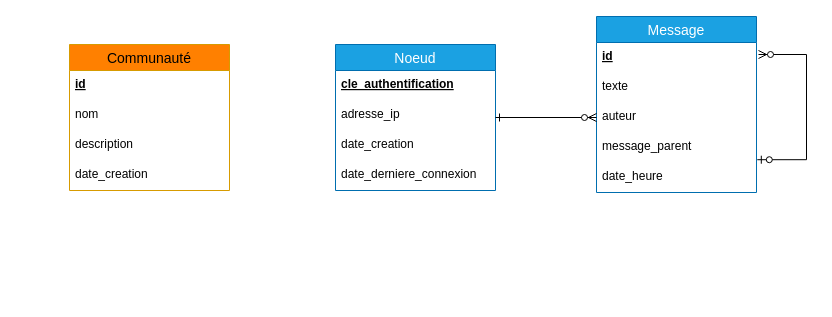
Before: docs/data_management/data_schema.drawio in HunteRoi/node, a draw.io diagram. Source tidied: cells renumbered, new cells numbered last; positions are measured from the earlier drawing's top-left corner, leaving out a move shared by most shapes. Both pictures are drawn from the tidied source at 100%, with x=0, y=0 at pixel (69, 16).
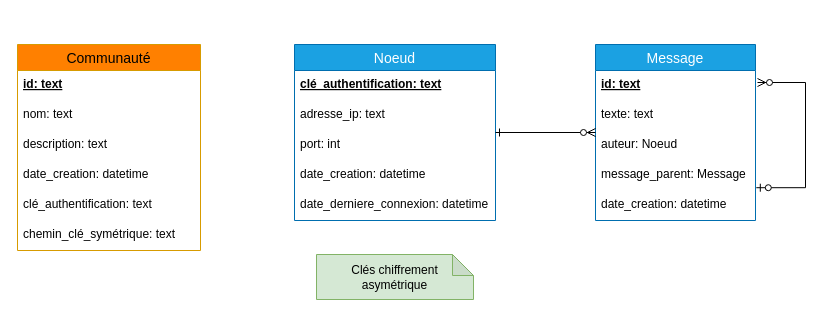
After the change.

What changed in the source:
```diff
@@
     <mxCell id="2" value="Noeud" style="swimlane;fontStyle=0;horizontal=1;startSize=26;align=center;fontSize=14;fillColor=#1ba1e2;strokeColor=#006EAF;fontColor=#ffffff;" parent="1" vertex="1">
-      <mxGeometry x="266" y="28" width="160" height="146" as="geometry" />
+      <mxGeometry x="225" y="28" width="201" height="176" as="geometry" />
     </mxCell>
-    <mxCell id="3" value="cle_authentification" style="text;strokeColor=none;fillColor=none;spacingLeft=4;spacingRight=4;overflow=hidden;fontSize=12;fontStyle=5;" parent="2" vertex="1">
-      <mxGeometry y="26" width="160" height="30" as="geometry" />
+    <mxCell id="3" value="clé_authentification: text" style="text;strokeColor=none;fillColor=none;spacingLeft=4;spacingRight=4;overflow=hidden;fontSize=12;fontStyle=5;" parent="2" vertex="1">
+      <mxGeometry y="26" width="201" height="30" as="geometry" />
     </mxCell>
-    <mxCell id="4" value="adresse_ip" style="text;strokeColor=none;fillColor=none;spacingLeft=4;spacingRight=4;overflow=hidden;fontSize=12;fontStyle=0;" parent="2" vertex="1">
-      <mxGeometry y="56" width="160" height="30" as="geometry" />
+    <mxCell id="4" value="adresse_ip: text" style="text;strokeColor=none;fillColor=none;spacingLeft=4;spacingRight=4;overflow=hidden;fontSize=12;fontStyle=0;" parent="2" vertex="1">
+      <mxGeometry y="56" width="201" height="30" as="geometry" />
     </mxCell>
+    <mxCell id="20" value="port: int" style="text;strokeColor=none;fillColor=none;spacingLeft=4;spacingRight=4;overflow=hidden;fontSize=12;fontStyle=0;" parent="2" vertex="1">
+      <mxGeometry y="86" width="201" height="30" as="geometry" />
+    </mxCell>
-    <mxCell id="5" value="date_creation" style="text;strokeColor=none;fillColor=none;spacingLeft=4;spacingRight=4;overflow=hidden;fontSize=12;" parent="2" vertex="1">
-      <mxGeometry y="86" width="160" height="30" as="geometry" />
+    <mxCell id="5" value="date_creation: datetime" style="text;strokeColor=none;fillColor=none;spacingLeft=4;spacingRight=4;overflow=hidden;fontSize=12;" parent="2" vertex="1">
+      <mxGeometry y="116" width="201" height="30" as="geometry" />
     </mxCell>
-    <mxCell id="6" value="date_derniere_connexion" style="text;strokeColor=none;fillColor=none;spacingLeft=4;spacingRight=4;overflow=hidden;fontSize=12;" parent="2" vertex="1">
-      <mxGeometry y="116" width="160" height="30" as="geometry" />
+    <mxCell id="6" value="date_derniere_connexion: datetime" style="text;strokeColor=none;fillColor=none;spacingLeft=4;spacingRight=4;overflow=hidden;fontSize=12;" parent="2" vertex="1">
+      <mxGeometry y="146" width="201" height="30" as="geometry" />
     </mxCell>
     <mxCell id="7" value="Message" style="swimlane;fontStyle=0;horizontal=1;startSize=26;align=center;fontSize=14;fillColor=#1ba1e2;strokeColor=#006EAF;fontColor=#ffffff;" parent="1" vertex="1">
-      <mxGeometry x="527" width="160" height="176" as="geometry" />
+      <mxGeometry x="526" y="28" width="160" height="176" as="geometry" />
     </mxCell>
-    <mxCell id="8" value="id" style="text;strokeColor=none;fillColor=none;spacingLeft=4;spacingRight=4;overflow=hidden;fontSize=12;fontStyle=5;" parent="7" vertex="1">
+    <mxCell id="8" value="id: text" style="text;strokeColor=none;fillColor=none;spacingLeft=4;spacingRight=4;overflow=hidden;fontSize=12;fontStyle=5;" parent="7" vertex="1">
       <mxGeometry y="26" width="160" height="30" as="geometry" />
     </mxCell>
-    <mxCell id="9" value="texte" style="text;strokeColor=none;fillColor=none;spacingLeft=4;spacingRight=4;overflow=hidden;fontSize=12;" parent="7" vertex="1">
+    <mxCell id="9" value="texte: text" style="text;strokeColor=none;fillColor=none;spacingLeft=4;spacingRight=4;overflow=hidden;fontSize=12;" parent="7" vertex="1">
       <mxGeometry y="56" width="160" height="30" as="geometry" />
     </mxCell>
-    <mxCell id="10" value="auteur" style="text;strokeColor=none;fillColor=none;spacingLeft=4;spacingRight=4;overflow=hidden;points=[[0,0.5],[1,0.5]];portConstraint=eastwest;fontSize=12;" parent="7" vertex="1">
+    <mxCell id="10" value="auteur: Noeud" style="text;strokeColor=none;fillColor=none;spacingLeft=4;spacingRight=4;overflow=hidden;points=[[0,0.5],[1,0.5]];portConstraint=eastwest;fontSize=12;" parent="7" vertex="1">
       <mxGeometry y="86" width="160" height="30" as="geometry" />
     </mxCell>
@@
-    <mxCell id="12" value="message_parent" style="text;strokeColor=none;fillColor=none;spacingLeft=4;spacingRight=4;overflow=hidden;points=[[0,0.5],[1,0.5]];portConstraint=eastwest;fontSize=12;" parent="7" vertex="1">
+    <mxCell id="12" value="message_parent: Message" style="text;strokeColor=none;fillColor=none;spacingLeft=4;spacingRight=4;overflow=hidden;points=[[0,0.5],[1,0.5]];portConstraint=eastwest;fontSize=12;" parent="7" vertex="1">
       <mxGeometry y="116" width="160" height="30" as="geometry" />
     </mxCell>
-    <mxCell id="13" value="date_heure" style="text;strokeColor=none;fillColor=none;spacingLeft=4;spacingRight=4;overflow=hidden;fontSize=12;" parent="7" vertex="1">
+    <mxCell id="13" value="date_creation: datetime" style="text;strokeColor=none;fillColor=none;spacingLeft=4;spacingRight=4;overflow=hidden;fontSize=12;" parent="7" vertex="1">
       <mxGeometry y="146" width="160" height="30" as="geometry" />
     </mxCell>
-    <mxCell id="14" style="edgeStyle=orthogonalEdgeStyle;rounded=0;jettySize=auto;html=1;endArrow=ERone;endFill=0;startArrow=ERzeroToMany;startFill=1;" parent="1" edge="1" source="10" target="2">
+    <mxCell id="14" style="edgeStyle=orthogonalEdgeStyle;rounded=0;jettySize=auto;html=1;endArrow=ERone;endFill=0;startArrow=ERzeroToMany;startFill=1;" parent="1" edge="1" source="7" target="2">
       <mxGeometry relative="1" as="geometry" />
     </mxCell>
     <mxCell id="15" value="Communauté" style="swimlane;fontStyle=0;horizontal=1;startSize=26;align=center;fontSize=14;fillColor=#FF8000;strokeColor=#d79b00;" parent="1" vertex="1">
-      <mxGeometry y="28" width="160" height="146" as="geometry" />
+      <mxGeometry x="-52" y="28" width="183" height="206" as="geometry" />
     </mxCell>
-    <mxCell id="16" value="id" style="text;strokeColor=none;fillColor=none;spacingLeft=4;spacingRight=4;overflow=hidden;fontSize=12;fontStyle=5;" parent="15" vertex="1">
-      <mxGeometry y="26" width="160" height="30" as="geometry" />
+    <mxCell id="16" value="id: text" style="text;strokeColor=none;fillColor=none;spacingLeft=4;spacingRight=4;overflow=hidden;fontSize=12;fontStyle=5;" parent="15" vertex="1">
+      <mxGeometry y="26" width="183" height="30" as="geometry" />
     </mxCell>
-    <mxCell id="17" value="nom" style="text;strokeColor=none;fillColor=none;spacingLeft=4;spacingRight=4;overflow=hidden;fontSize=12;fontStyle=0;" parent="15" vertex="1">
-      <mxGeometry y="56" width="160" height="30" as="geometry" />
+    <mxCell id="17" value="nom: text" style="text;strokeColor=none;fillColor=none;spacingLeft=4;spacingRight=4;overflow=hidden;fontSize=12;fontStyle=0;" parent="15" vertex="1">
+      <mxGeometry y="56" width="183" height="30" as="geometry" />
     </mxCell>
-    <mxCell id="18" value="description" style="text;strokeColor=none;fillColor=none;spacingLeft=4;spacingRight=4;overflow=hidden;fontSize=12;" parent="15" vertex="1">
-      <mxGeometry y="86" width="160" height="30" as="geometry" />
+    <mxCell id="18" value="description: text" style="text;strokeColor=none;fillColor=none;spacingLeft=4;spacingRight=4;overflow=hidden;fontSize=12;" parent="15" vertex="1">
+      <mxGeometry y="86" width="183" height="30" as="geometry" />
     </mxCell>
-    <mxCell id="19" value="date_creation" style="text;strokeColor=none;fillColor=none;spacingLeft=4;spacingRight=4;overflow=hidden;fontSize=12;" parent="15" vertex="1">
-      <mxGeometry y="116" width="160" height="30" as="geometry" />
+    <mxCell id="19" value="date_creation: datetime" style="text;strokeColor=none;fillColor=none;spacingLeft=4;spacingRight=4;overflow=hidden;fontSize=12;" parent="15" vertex="1">
+      <mxGeometry y="116" width="183" height="30" as="geometry" />
     </mxCell>
+    <mxCell id="21" value="clé_authentification: text" style="text;strokeColor=none;fillColor=none;spacingLeft=4;spacingRight=4;overflow=hidden;fontSize=12;" parent="15" vertex="1">
+      <mxGeometry y="146" width="183" height="30" as="geometry" />
+    </mxCell>
+    <mxCell id="22" value="chemin_clé_symétrique: text" style="text;strokeColor=none;fillColor=none;spacingLeft=4;spacingRight=4;overflow=hidden;fontSize=12;" parent="15" vertex="1">
+      <mxGeometry y="176" width="183" height="30" as="geometry" />
+    </mxCell>
+    <mxCell id="23" value="Clés chiffrement&lt;br&gt;asymétrique" style="shape=note;whiteSpace=wrap;html=1;backgroundOutline=1;darkOpacity=0.05;size=21;fillColor=#d5e8d4;strokeColor=#82b366;" parent="1" vertex="1">
+      <mxGeometry x="247" y="238" width="157" height="45" as="geometry" />
+    </mxCell>
```
